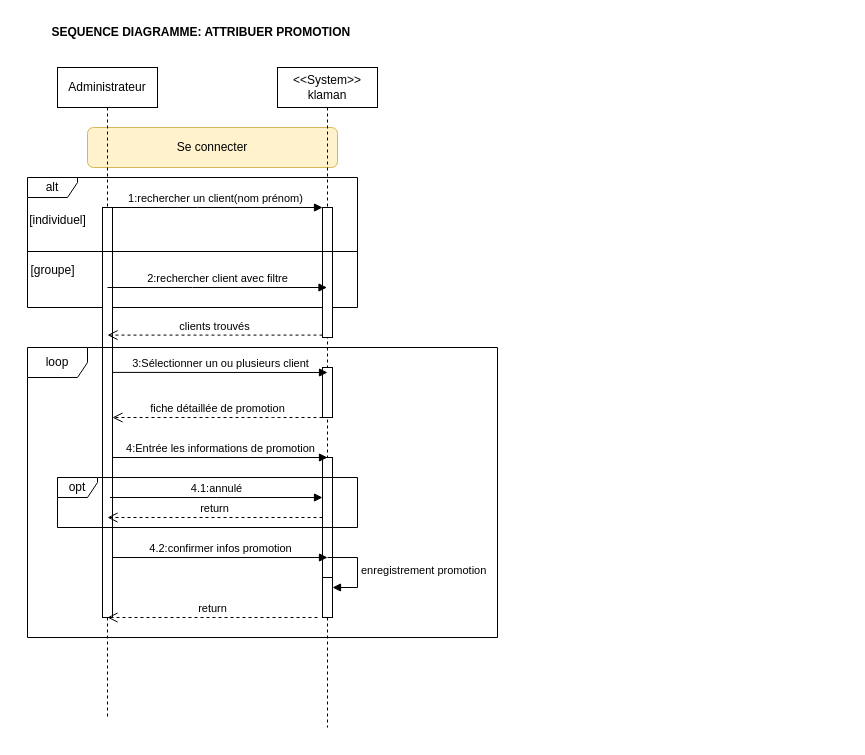
Above: Diagramme sans nom.drawio in kbvac/Diagramme-UML (draw.io), before the change. Source tidied: cells renumbered, new cells numbered last; positions are measured from the earlier drawing's top-left corner, leaving out a move shared by most shapes. Both pictures are drawn from the tidied source at 100%, with x=0, y=0 at pixel (17, 17).
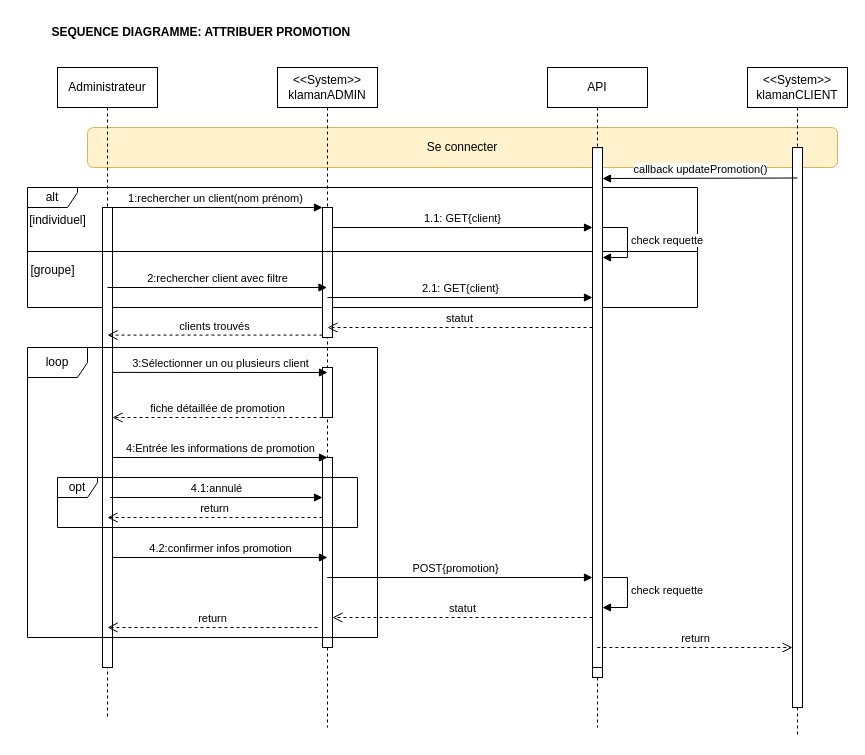
The same diagram, later.

Commit message (it also covers changes not shown here):
Mettre à jour Diagramme sans nom.drawio

Unchanged cells that the change refers to:
```xml
<mxCell id="4" value="Administrateur" style="shape=umlLifeline;perimeter=lifelinePerimeter;whiteSpace=wrap;html=1;outlineConnect=0;portConstraint=eastwest;newEdgeStyle={&quot;edgeStyle&quot;:&quot;elbowEdgeStyle&quot;,&quot;elbow&quot;:&quot;vertical&quot;,&quot;curved&quot;:0,&quot;rounded&quot;:0};" parent="1" vertex="1">
  <mxGeometry x="40" y="50" width="100" height="650" as="geometry" />
</mxCell>
<mxCell id="7" style="html=1;points=[];perimeter=orthogonalPerimeter;outlineConnect=0;targetShapes=umlLifeline;portConstraint=eastwest;newEdgeStyle={&quot;edgeStyle&quot;:&quot;elbowEdgeStyle&quot;,&quot;elbow&quot;:&quot;vertical&quot;,&quot;curved&quot;:0,&quot;rounded&quot;:0};" parent="6" vertex="1">
  <mxGeometry x="45" y="140" width="10" height="130" as="geometry" />
</mxCell>
```

Diff of the diagram source:
```diff
@@
     <mxCell id="2" value="alt" style="shape=umlFrame;whiteSpace=wrap;html=1;width=50;height=20;" parent="1" vertex="1">
-      <mxGeometry x="10" y="160" width="330" height="130" as="geometry" />
+      <mxGeometry x="10" y="170" width="670" height="120" as="geometry" />
     </mxCell>
     <mxCell id="3" value="Se connecter" style="rounded=1;dashed=0;whiteSpace=wrap;html=1;fillColor=#fff2cc;strokeColor=#d6b656;" parent="1" vertex="1">
-      <mxGeometry x="70" y="110" width="250" height="40" as="geometry" />
+      <mxGeometry x="70" y="110" width="750" height="40" as="geometry" />
     </mxCell>
@@
     <mxCell id="5" style="html=1;points=[];perimeter=orthogonalPerimeter;outlineConnect=0;targetShapes=umlLifeline;portConstraint=eastwest;newEdgeStyle={&quot;edgeStyle&quot;:&quot;elbowEdgeStyle&quot;,&quot;elbow&quot;:&quot;vertical&quot;,&quot;curved&quot;:0,&quot;rounded&quot;:0};" parent="4" vertex="1">
-      <mxGeometry x="45" y="140" width="10" height="410" as="geometry" />
+      <mxGeometry x="45" y="140" width="10" height="460" as="geometry" />
     </mxCell>
-    <mxCell id="6" value="&amp;lt;&amp;lt;System&amp;gt;&amp;gt;&lt;br&gt;klaman" style="shape=umlLifeline;perimeter=lifelinePerimeter;whiteSpace=wrap;html=1;outlineConnect=0;portConstraint=eastwest;newEdgeStyle={&quot;edgeStyle&quot;:&quot;elbowEdgeStyle&quot;,&quot;elbow&quot;:&quot;vertical&quot;,&quot;curved&quot;:0,&quot;rounded&quot;:0};" parent="1" vertex="1">
+    <mxCell id="6" value="&amp;lt;&amp;lt;System&amp;gt;&amp;gt;&lt;br&gt;klamanADMIN" style="shape=umlLifeline;perimeter=lifelinePerimeter;whiteSpace=wrap;html=1;outlineConnect=0;portConstraint=eastwest;newEdgeStyle={&quot;edgeStyle&quot;:&quot;elbowEdgeStyle&quot;,&quot;elbow&quot;:&quot;vertical&quot;,&quot;curved&quot;:0,&quot;rounded&quot;:0};" parent="1" vertex="1">
       <mxGeometry x="260" y="50" width="100" height="660" as="geometry" />
     </mxCell>
@@
     <mxCell id="9" style="html=1;points=[];perimeter=orthogonalPerimeter;outlineConnect=0;targetShapes=umlLifeline;portConstraint=eastwest;newEdgeStyle={&quot;edgeStyle&quot;:&quot;elbowEdgeStyle&quot;,&quot;elbow&quot;:&quot;vertical&quot;,&quot;curved&quot;:0,&quot;rounded&quot;:0};" parent="6" vertex="1">
-      <mxGeometry x="45" y="390" width="10" height="160" as="geometry" />
+      <mxGeometry x="45" y="390" width="10" height="190" as="geometry" />
     </mxCell>
-    <mxCell id="10" style="html=1;points=[];perimeter=orthogonalPerimeter;outlineConnect=0;targetShapes=umlLifeline;portConstraint=eastwest;newEdgeStyle={&quot;edgeStyle&quot;:&quot;elbowEdgeStyle&quot;,&quot;elbow&quot;:&quot;vertical&quot;,&quot;curved&quot;:0,&quot;rounded&quot;:0};" parent="6" vertex="1">
-      <mxGeometry x="45" y="510" width="10" height="40" as="geometry" />
-    </mxCell>
-    <mxCell id="11" value="enregistrement promotion" style="html=1;align=left;spacingLeft=2;endArrow=block;rounded=0;edgeStyle=orthogonalEdgeStyle;curved=0;rounded=0;" parent="6" edge="1" target="10">
-      <mxGeometry relative="1" as="geometry">
-        <mxPoint x="50" y="490" as="sourcePoint" />
-        <Array as="points">
-          <mxPoint x="80" y="520" />
-        </Array>
-      </mxGeometry>
-    </mxCell>
@@
     <mxCell id="17" style="line;strokeWidth=1;fillColor=none;align=left;verticalAlign=middle;spacingTop=-1;spacingLeft=3;spacingRight=3;labelPosition=right;strokeColor=inherit;" parent="1" vertex="1">
-      <mxGeometry x="10" y="230" width="330" height="8" as="geometry" />
+      <mxGeometry x="10" y="230" width="670" height="8" as="geometry" />
     </mxCell>
@@
     <mxCell id="23" value="loop" style="shape=umlFrame;whiteSpace=wrap;html=1;" parent="1" vertex="1">
-      <mxGeometry x="10" y="330" width="470" height="290" as="geometry" />
+      <mxGeometry x="10" y="330" width="350" height="290" as="geometry" />
     </mxCell>
@@
     <mxCell id="26" value="return" style="html=1;verticalAlign=bottom;endArrow=open;dashed=1;endSize=8;edgeStyle=elbowEdgeStyle;elbow=vertical;curved=0;rounded=0;" parent="1" edge="1">
       <mxGeometry relative="1" as="geometry">
-        <mxPoint x="300" y="600" as="sourcePoint" />
-        <mxPoint x="90" y="600" as="targetPoint" />
+        <mxPoint x="300" y="610" as="sourcePoint" />
+        <mxPoint x="90" y="610" as="targetPoint" />
       </mxGeometry>
     </mxCell>
@@
+    <mxCell id="28" value="API" style="shape=umlLifeline;perimeter=lifelinePerimeter;whiteSpace=wrap;html=1;newEdgeStyle={&quot;edgeStyle&quot;:&quot;elbowEdgeStyle&quot;,&quot;elbow&quot;:&quot;vertical&quot;,&quot;curved&quot;:0,&quot;rounded&quot;:0};" parent="1" vertex="1">
+      <mxGeometry x="530" y="50" width="100" height="660" as="geometry" />
+    </mxCell>
+    <mxCell id="29" style="html=1;points=[];perimeter=orthogonalPerimeter;outlineConnect=0;targetShapes=umlLifeline;portConstraint=eastwest;newEdgeStyle={&quot;edgeStyle&quot;:&quot;elbowEdgeStyle&quot;,&quot;elbow&quot;:&quot;vertical&quot;,&quot;curved&quot;:0,&quot;rounded&quot;:0};" parent="28" vertex="1">
+      <mxGeometry x="45" y="500" width="10" height="110" as="geometry" />
+    </mxCell>
+    <mxCell id="30" style="html=1;points=[];perimeter=orthogonalPerimeter;outlineConnect=0;targetShapes=umlLifeline;portConstraint=eastwest;newEdgeStyle={&quot;edgeStyle&quot;:&quot;elbowEdgeStyle&quot;,&quot;elbow&quot;:&quot;vertical&quot;,&quot;curved&quot;:0,&quot;rounded&quot;:0};" parent="28" vertex="1">
+      <mxGeometry x="45" y="530" width="10" height="40" as="geometry" />
+    </mxCell>
+    <mxCell id="31" value="check requette" style="html=1;align=left;spacingLeft=2;endArrow=block;rounded=0;edgeStyle=orthogonalEdgeStyle;curved=0;rounded=0;" parent="28" edge="1" target="30">
+      <mxGeometry relative="1" as="geometry">
+        <mxPoint x="50" y="510" as="sourcePoint" />
+        <Array as="points">
+          <mxPoint x="80" y="540" />
+        </Array>
+      </mxGeometry>
+    </mxCell>
+    <mxCell id="32" style="html=1;points=[];perimeter=orthogonalPerimeter;outlineConnect=0;targetShapes=umlLifeline;portConstraint=eastwest;newEdgeStyle={&quot;edgeStyle&quot;:&quot;elbowEdgeStyle&quot;,&quot;elbow&quot;:&quot;vertical&quot;,&quot;curved&quot;:0,&quot;rounded&quot;:0};" parent="28" vertex="1">
+      <mxGeometry x="45" y="80" width="10" height="100" as="geometry" />
+    </mxCell>
+    <mxCell id="33" style="html=1;points=[];perimeter=orthogonalPerimeter;outlineConnect=0;targetShapes=umlLifeline;portConstraint=eastwest;newEdgeStyle={&quot;edgeStyle&quot;:&quot;elbowEdgeStyle&quot;,&quot;elbow&quot;:&quot;vertical&quot;,&quot;curved&quot;:0,&quot;rounded&quot;:0};" parent="28" vertex="1">
+      <mxGeometry x="45" y="180" width="10" height="90" as="geometry" />
+    </mxCell>
+    <mxCell id="34" value="check requette" style="html=1;align=left;spacingLeft=2;endArrow=block;rounded=0;edgeStyle=orthogonalEdgeStyle;curved=0;rounded=0;" parent="28" edge="1" target="33">
+      <mxGeometry relative="1" as="geometry">
+        <mxPoint x="50" y="160" as="sourcePoint" />
+        <Array as="points">
+          <mxPoint x="80" y="190" />
+        </Array>
+      </mxGeometry>
+    </mxCell>
+    <mxCell id="35" style="html=1;points=[];perimeter=orthogonalPerimeter;outlineConnect=0;targetShapes=umlLifeline;portConstraint=eastwest;newEdgeStyle={&quot;edgeStyle&quot;:&quot;elbowEdgeStyle&quot;,&quot;elbow&quot;:&quot;vertical&quot;,&quot;curved&quot;:0,&quot;rounded&quot;:0};" parent="28" vertex="1">
+      <mxGeometry x="45" y="80.1" width="10" height="519.9" as="geometry" />
+    </mxCell>
+    <mxCell id="36" value="POST{promotion}" style="html=1;verticalAlign=bottom;endArrow=block;edgeStyle=elbowEdgeStyle;elbow=vertical;curved=0;rounded=0;" parent="1" edge="1" target="29">
+      <mxGeometry relative="1" as="geometry">
+        <mxPoint x="320" y="560" as="sourcePoint" />
+        <Array as="points">
+          <mxPoint x="310" y="560" />
+        </Array>
+      </mxGeometry>
+    </mxCell>
+    <mxCell id="37" value="statut" style="html=1;verticalAlign=bottom;endArrow=open;dashed=1;endSize=8;edgeStyle=elbowEdgeStyle;elbow=vertical;curved=0;rounded=0;" parent="1" edge="1" source="30" target="9">
+      <mxGeometry relative="1" as="geometry" />
+    </mxCell>
+    <mxCell id="38" value="&amp;lt;&amp;lt;System&amp;gt;&amp;gt;&lt;br style=&quot;border-color: var(--border-color);&quot;&gt;klamanCLIENT" style="shape=umlLifeline;perimeter=lifelinePerimeter;whiteSpace=wrap;html=1;newEdgeStyle={&quot;edgeStyle&quot;:&quot;elbowEdgeStyle&quot;,&quot;elbow&quot;:&quot;vertical&quot;,&quot;curved&quot;:0,&quot;rounded&quot;:0};" parent="1" vertex="1">
+      <mxGeometry x="730" y="50" width="100" height="670" as="geometry" />
+    </mxCell>
+    <mxCell id="39" style="html=1;perimeter=orthogonalPerimeter;targetShapes=umlLifeline;newEdgeStyle={&quot;edgeStyle&quot;:&quot;elbowEdgeStyle&quot;,&quot;elbow&quot;:&quot;vertical&quot;,&quot;curved&quot;:0,&quot;rounded&quot;:0};" parent="38" vertex="1">
+      <mxGeometry x="45" y="80" width="10" height="560" as="geometry" />
+    </mxCell>
+    <mxCell id="40" value="1.1: GET{client}" style="html=1;verticalAlign=bottom;endArrow=block;edgeStyle=elbowEdgeStyle;elbow=vertical;curved=0;rounded=0;" parent="1" edge="1" source="7" target="32">
+      <mxGeometry relative="1" as="geometry" />
+    </mxCell>
+    <mxCell id="41" value="2.1: GET{client}" style="html=1;verticalAlign=bottom;endArrow=block;edgeStyle=elbowEdgeStyle;elbow=vertical;curved=0;rounded=0;" parent="1" edge="1" target="33">
+      <mxGeometry relative="1" as="geometry">
+        <mxPoint x="310" y="280" as="sourcePoint" />
+      </mxGeometry>
+    </mxCell>
+    <mxCell id="42" value="statut" style="html=1;verticalAlign=bottom;endArrow=open;dashed=1;endSize=8;edgeStyle=elbowEdgeStyle;elbow=vertical;curved=0;rounded=0;" parent="1" edge="1" source="33">
+      <mxGeometry relative="1" as="geometry">
+        <mxPoint x="310" y="310" as="targetPoint" />
+      </mxGeometry>
+    </mxCell>
+    <mxCell id="43" value="callback updatePromotion()" style="html=1;verticalAlign=bottom;endArrow=block;edgeStyle=elbowEdgeStyle;elbow=vertical;curved=0;rounded=0;" parent="1" edge="1" target="35">
+      <mxGeometry relative="1" as="geometry">
+        <mxPoint x="780" y="160.5" as="sourcePoint" />
+      </mxGeometry>
+    </mxCell>
+    <mxCell id="44" value="return" style="html=1;verticalAlign=bottom;endArrow=open;dashed=1;endSize=8;edgeStyle=elbowEdgeStyle;elbow=vertical;curved=0;rounded=0;" parent="1" edge="1">
+      <mxGeometry relative="1" as="geometry">
+        <mxPoint x="579.8" y="630" as="sourcePoint" />
+        <mxPoint x="775" y="630" as="targetPoint" />
+        <Array as="points">
+          <mxPoint x="710" y="630" />
+        </Array>
+      </mxGeometry>
+    </mxCell>
```
